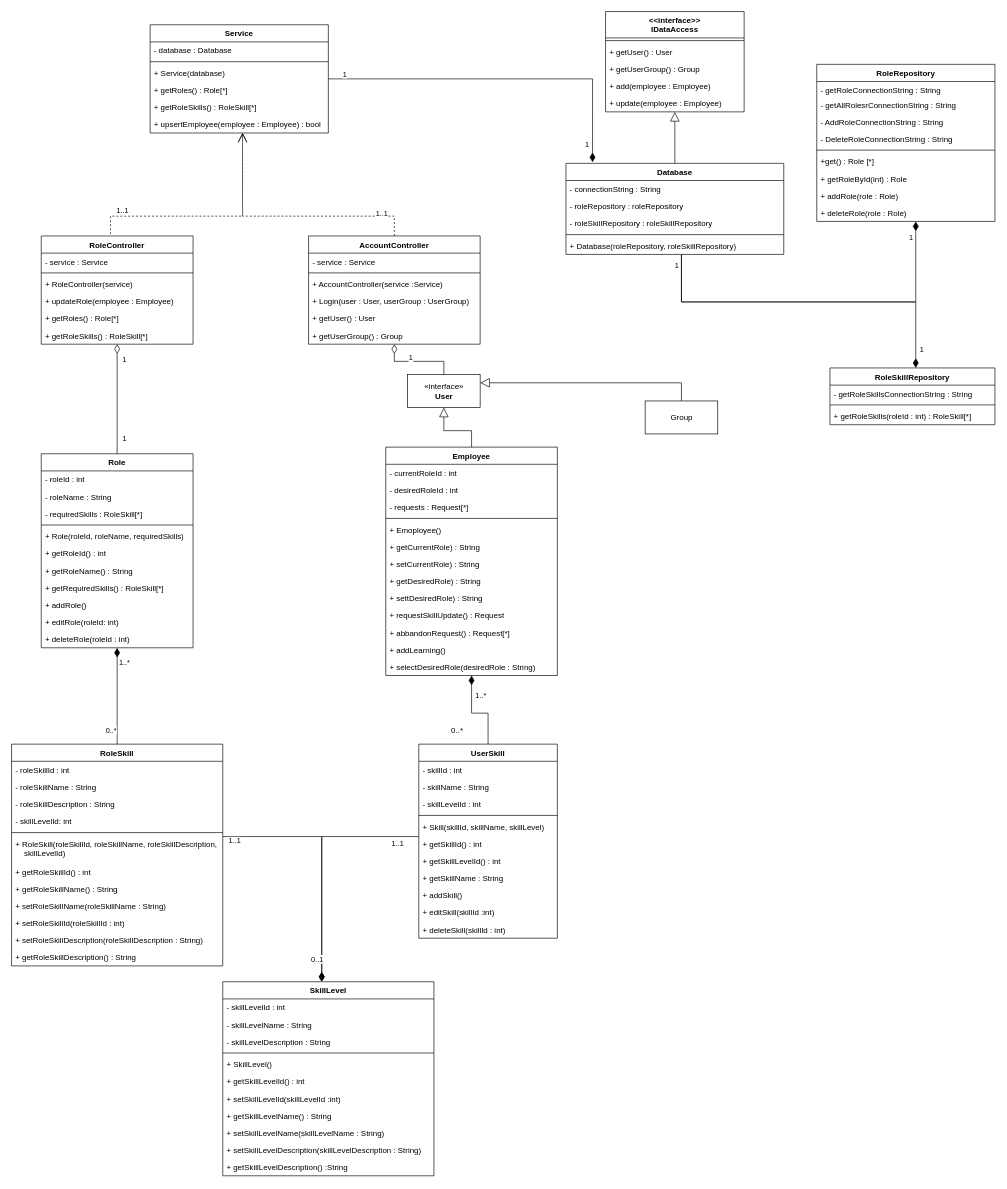
learningCurve89/WorkBasedPortfolios keeps this draw.io diagram as SelectRoleClassDiagram.drawio. Above is the earlier version. Source tidied: cells renumbered, new cells numbered last; positions are measured from the earlier drawing's top-left corner, leaving out a move shared by most shapes. Both pictures are drawn from the tidied source at 66%, with x=0, y=0 at pixel (11, 11).
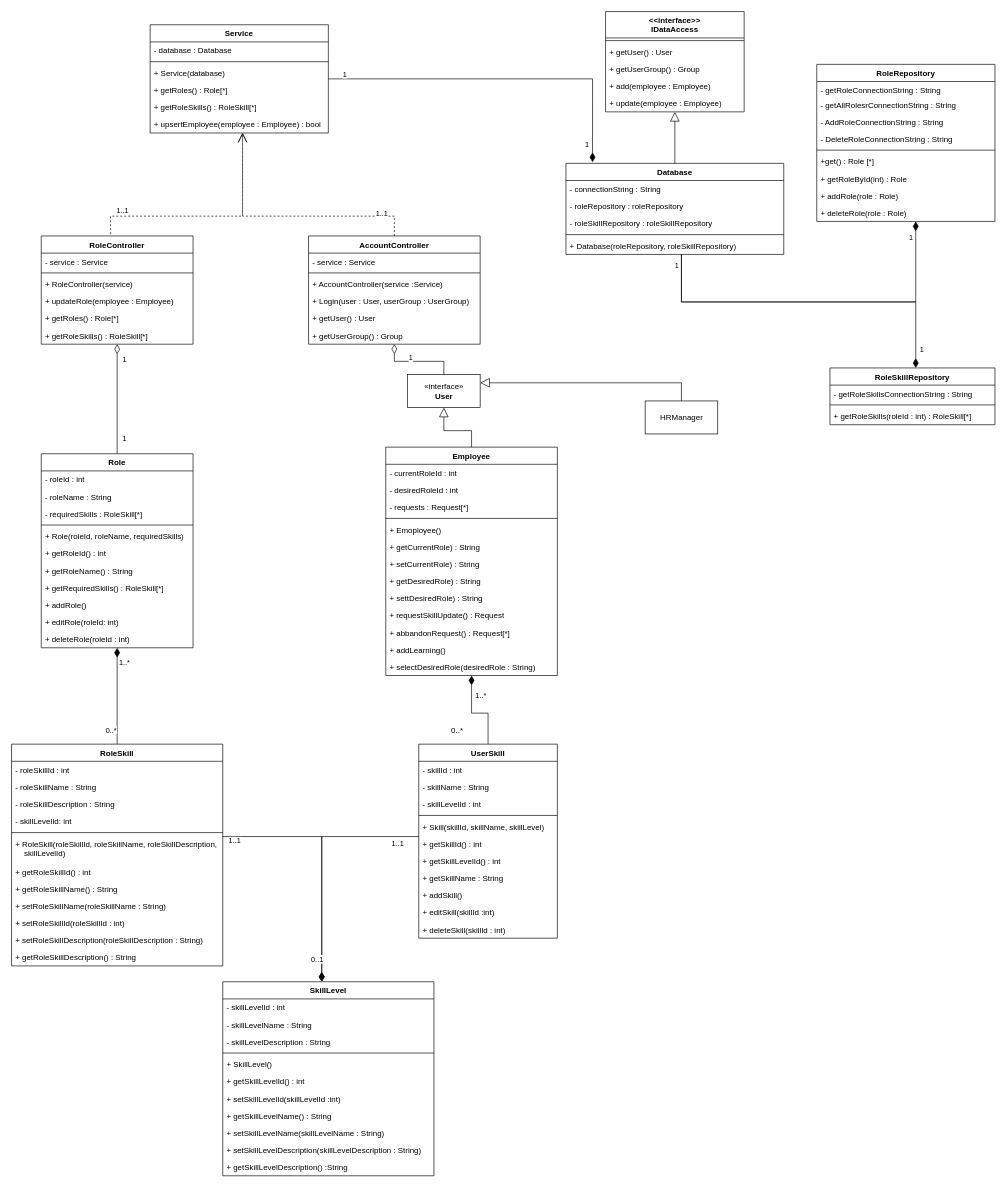
Above is the later version.

What changed in the source:
```diff
@@
-    <mxCell id="143" value="Group" style="html=1;" parent="1" vertex="1">
+    <mxCell id="143" value="HRManager" style="html=1;" parent="1" vertex="1">
       <mxGeometry x="960" y="590" width="110" height="50" as="geometry" />
     </mxCell>
```
